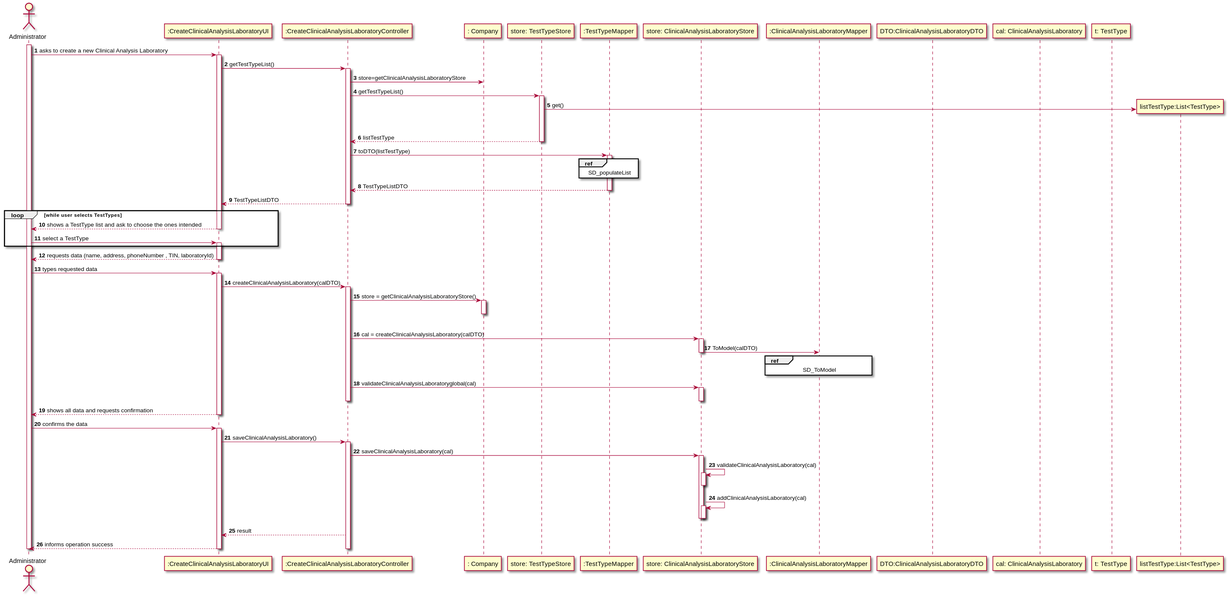
The PlantUML diagram docs/SprintC/SprintB/US08/US08_SD.svg in manu-07-ela/LAPR2_ISEP, before a commit.
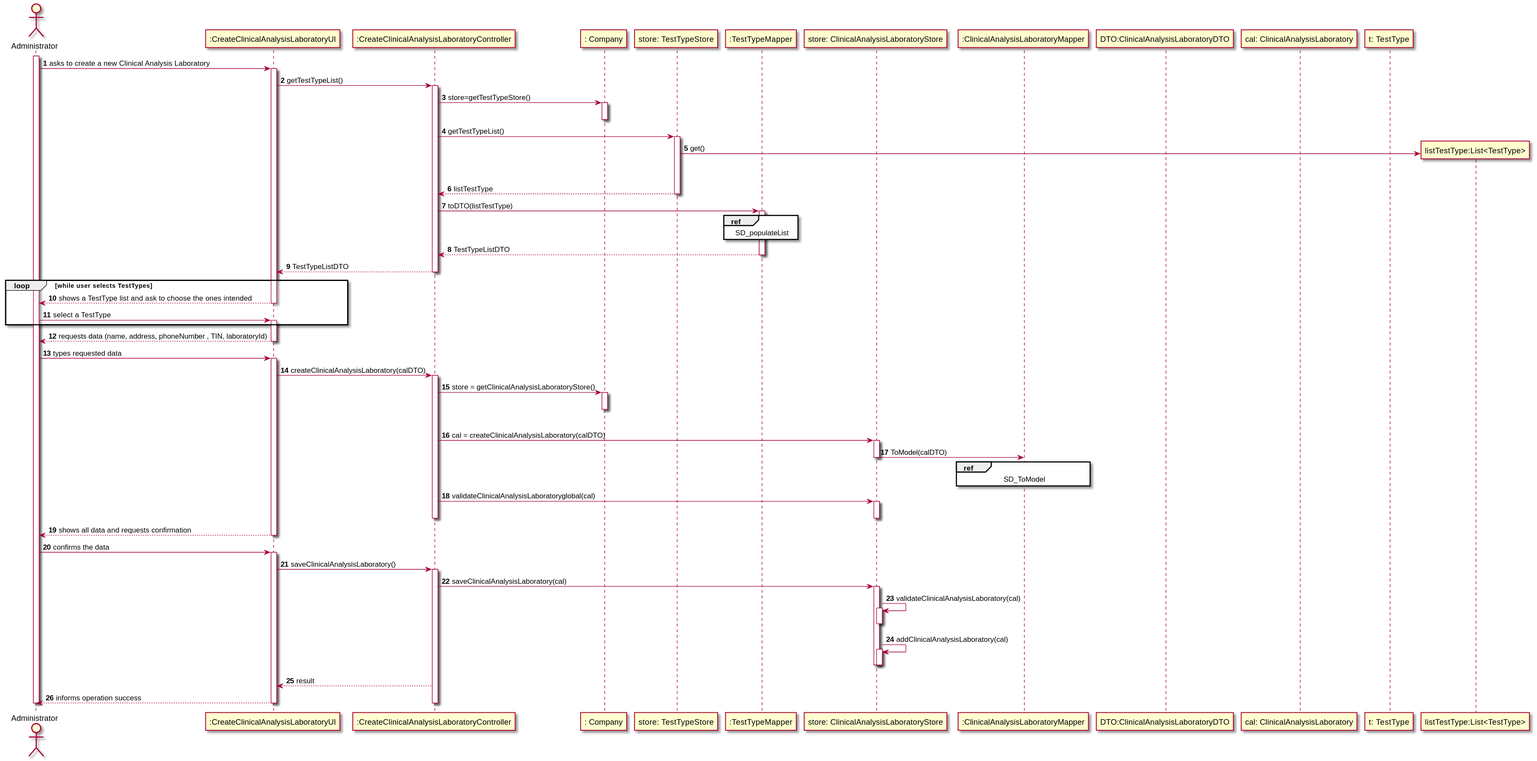
After the change.

What changed in the source:
```diff
@@ -19,7 +19,9 @@
 UI -> CTRL : getTestTypeList()
 activate CTRL
 
-CTRL -> Comp : store=getClinicalAnalysisLaboratoryStore
+CTRL -> Comp : store=getTestTypeStore()
+activate Comp
+deactivate Comp
 CTRL -> TTS : getTestTypeList()
 activate TTS
 TTS -> "listTestType:List<TestType>"** : get()
```
